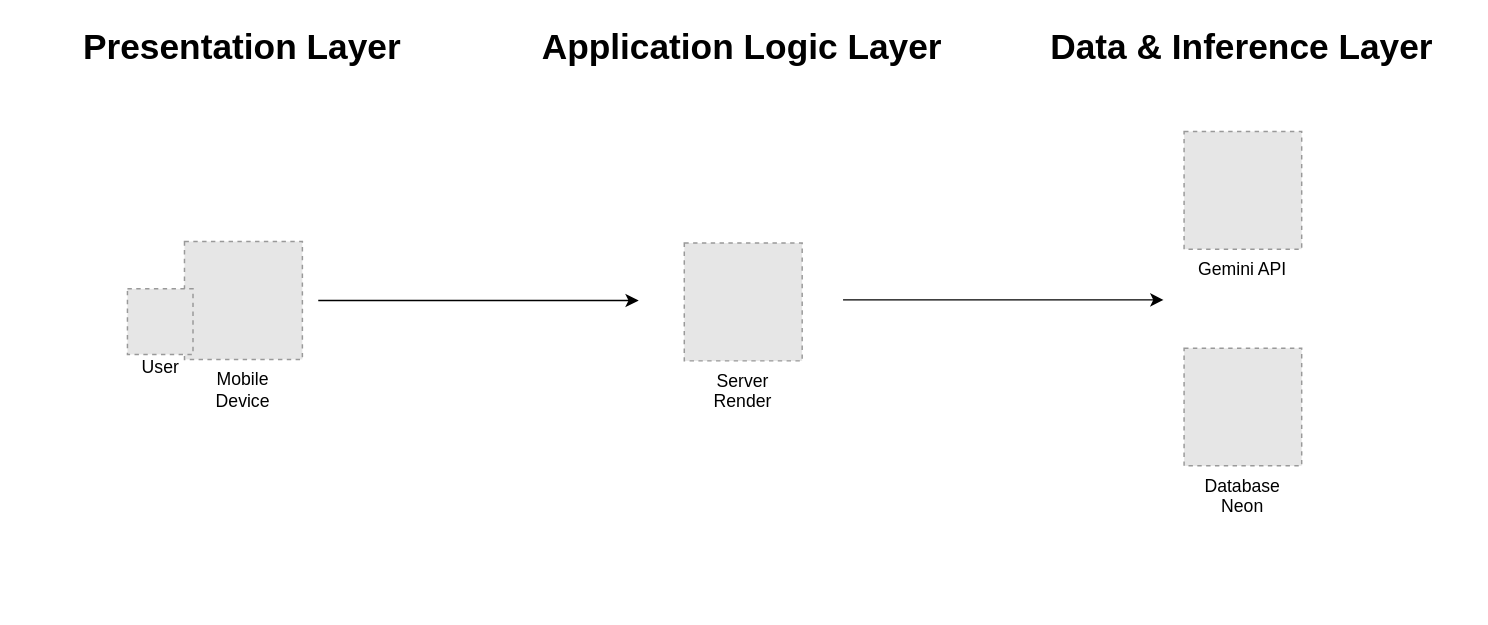
The draw.io diagram page "3 Layer Diagram" (3 of 8) of Dataflow diagram.drawio in xelfus23/draw-io, before the edit. Source tidied: cells renumbered, new cells numbered last; positions are measured from the earlier drawing's top-left corner, leaving out a move shared by most shapes. Both pictures are drawn from the tidied source at 147%, with x=0, y=0 at pixel (24, 25). Pictures stored in the file or linked from it are replaced by grey dashed boxes.
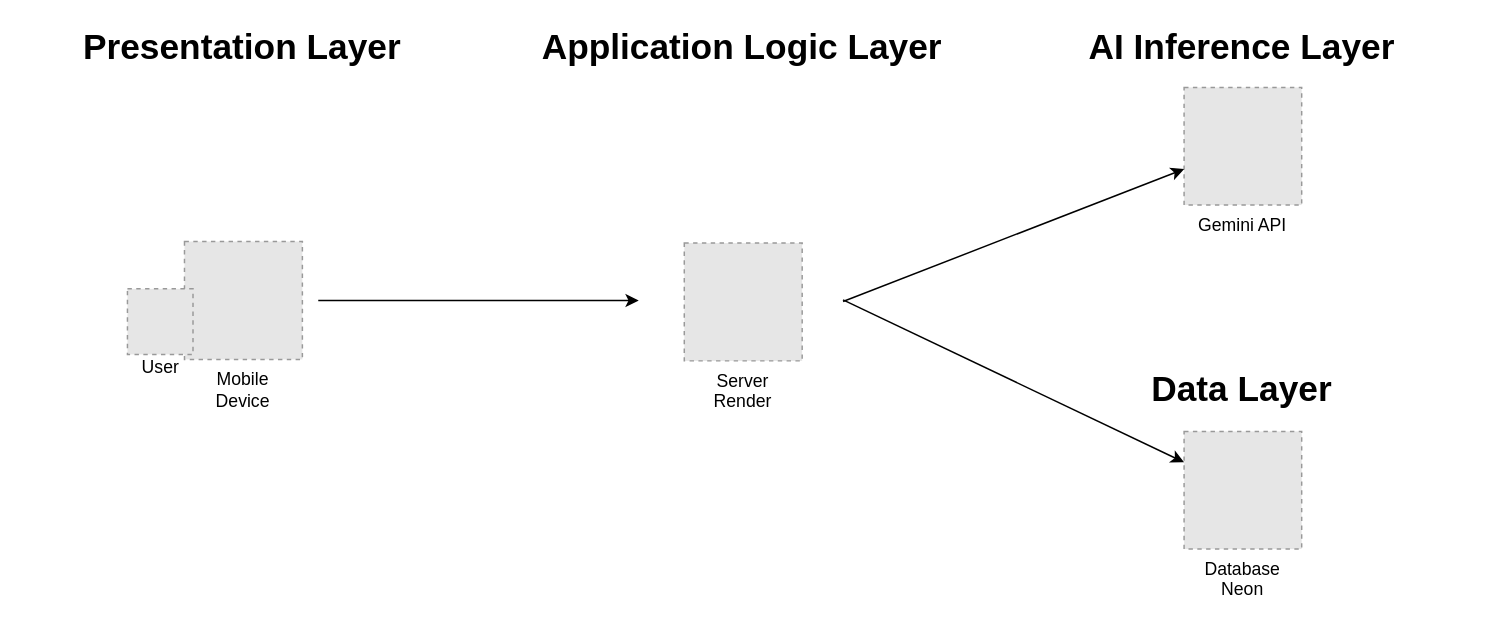
Above is the later version.

Change to the diagram source:
```diff
@@
 <mxGraphModel>
   <root>
     <mxCell id="0" />
     <mxCell id="1" parent="0" />
     <mxCell id="2" style="rounded=0;orthogonalLoop=1;jettySize=auto;html=1;" parent="1" edge="1">
       <mxGeometry relative="1" as="geometry">
         <mxPoint x="200" y="186.9" as="sourcePoint" />
         <mxPoint x="418" y="186.9" as="targetPoint" />
       </mxGeometry>
     </mxCell>
     <mxCell id="3" value="Server&#10;Render" style="fillColor=#E6E6E6;strokeColor=#999999;dashed=1;verticalLabelPosition=bottom;labelBackgroundColor=default;verticalAlign=top;" parent="1" vertex="1">
       <mxGeometry x="449" y="147.8" width="80.2" height="80.2" as="geometry" />
     </mxCell>
     <mxCell id="4" value="Database&#10;Neon" style="fillColor=#E6E6E6;strokeColor=#999999;dashed=1;verticalLabelPosition=bottom;labelBackgroundColor=default;verticalAlign=top;" parent="1" vertex="1">
-      <mxGeometry x="789" y="219.4" width="80" height="80" as="geometry" />
+      <mxGeometry x="789" y="276" width="80" height="80" as="geometry" />
     </mxCell>
     <mxCell id="5" style="fillColor=#E6E6E6;strokeColor=#999999;dashed=1;verticalLabelPosition=bottom;labelBackgroundColor=default;verticalAlign=top;" parent="1" vertex="1">
       <mxGeometry x="109" y="146.8" width="80.2" height="80.2" as="geometry" />
     </mxCell>
     <mxCell id="6" value="Gemini API" style="fillColor=#E6E6E6;strokeColor=#999999;dashed=1;verticalLabelPosition=bottom;labelBackgroundColor=default;verticalAlign=top;" parent="1" vertex="1">
-      <mxGeometry x="789" y="72" width="80" height="80" as="geometry" />
+      <mxGeometry x="789" y="42" width="80" height="80" as="geometry" />
     </mxCell>
-    <mxCell id="7" style="rounded=0;orthogonalLoop=1;jettySize=auto;html=1;" parent="1" edge="1">
+    <mxCell id="7" style="rounded=0;jettySize=auto;html=1;" parent="1" edge="1" target="4">
       <mxGeometry relative="1" as="geometry">
         <mxPoint x="557" y="186.5" as="sourcePoint" />
-        <mxPoint x="775" y="186.5" as="targetPoint" />
       </mxGeometry>
     </mxCell>
     <mxCell id="8" style="fillColor=#E6E6E6;strokeColor=#999999;dashed=1;verticalLabelPosition=bottom;labelBackgroundColor=default;verticalAlign=top;" parent="1" vertex="1">
       <mxGeometry x="70.2" y="179" width="44.6" height="44.6" as="geometry" />
     </mxCell>
     <mxCell id="9" value="User" style="text;html=1;whiteSpace=wrap;strokeColor=none;fillColor=none;align=center;verticalAlign=middle;rounded=0;" parent="1" vertex="1">
       <mxGeometry x="62.5" y="218" width="60" height="30" as="geometry" />
     </mxCell>
     <mxCell id="10" value="Mobile Device" style="text;html=1;whiteSpace=wrap;strokeColor=none;fillColor=none;align=center;verticalAlign=middle;rounded=0;" parent="1" vertex="1">
       <mxGeometry x="119.1" y="233" width="60" height="30" as="geometry" />
     </mxCell>
     <mxCell id="11" value="&lt;font style=&quot;font-size: 24px;&quot;&gt;&lt;b&gt;Application Logic Layer&lt;/b&gt;&lt;/font&gt;" style="text;html=1;whiteSpace=wrap;strokeColor=none;fillColor=none;align=center;verticalAlign=middle;rounded=0;" parent="1" vertex="1">
       <mxGeometry x="340.4" width="297.4" height="30" as="geometry" />
     </mxCell>
     <mxCell id="12" value="&lt;font style=&quot;font-size: 24px;&quot;&gt;&lt;b&gt;Presentation Layer&lt;/b&gt;&lt;/font&gt;" style="text;html=1;whiteSpace=wrap;strokeColor=none;fillColor=none;align=center;verticalAlign=middle;rounded=0;" parent="1" vertex="1">
       <mxGeometry x="0.4" width="297.4" height="30" as="geometry" />
     </mxCell>
-    <mxCell id="13" value="&lt;font style=&quot;font-size: 24px;&quot;&gt;&lt;b&gt;Data &amp;amp; Inference Layer&lt;/b&gt;&lt;/font&gt;" style="text;html=1;whiteSpace=wrap;strokeColor=none;fillColor=none;align=center;verticalAlign=middle;rounded=0;" parent="1" vertex="1">
-      <mxGeometry x="680.3" width="297.4" height="30" as="geometry" />
+    <mxCell id="13" value="&lt;font style=&quot;font-size: 24px;&quot;&gt;&lt;b&gt;Data Layer&lt;/b&gt;&lt;/font&gt;" style="text;html=1;whiteSpace=wrap;strokeColor=none;fillColor=none;align=center;verticalAlign=middle;rounded=0;" parent="1" vertex="1">
+      <mxGeometry x="680.3" y="233" width="297.4" height="30" as="geometry" />
     </mxCell>
+    <mxCell id="14" value="&lt;font style=&quot;font-size: 24px;&quot;&gt;&lt;b&gt;AI Inference Layer&lt;/b&gt;&lt;/font&gt;" style="text;html=1;whiteSpace=wrap;strokeColor=none;fillColor=none;align=center;verticalAlign=middle;rounded=0;" parent="1" vertex="1">
+      <mxGeometry x="680" width="297.4" height="30" as="geometry" />
+    </mxCell>
+    <mxCell id="15" style="rounded=0;jettySize=auto;html=1;" parent="1" edge="1" target="6">
+      <mxGeometry relative="1" as="geometry">
+        <mxPoint x="557" y="187.6" as="sourcePoint" />
+      </mxGeometry>
+    </mxCell>
   </root>
 </mxGraphModel>
```
